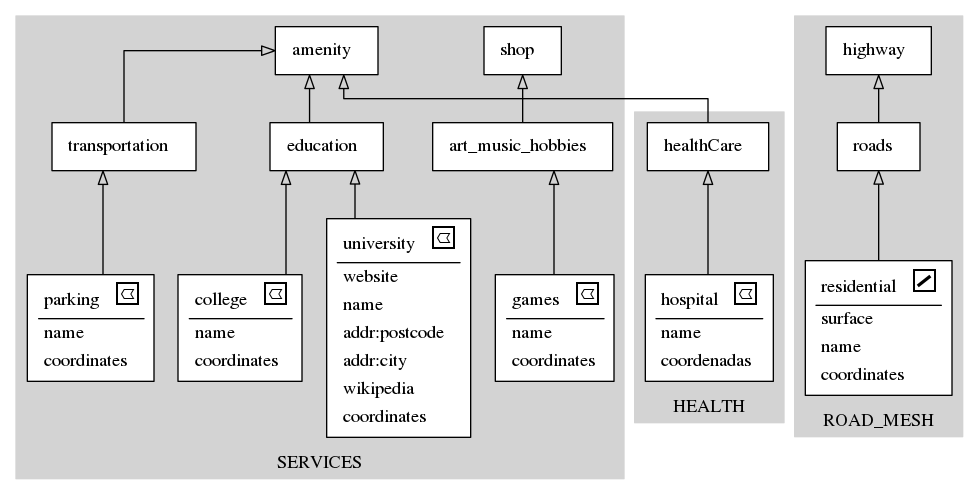
This is schema.gv.png from vinisperandio/OSM2Diagram_optmizated, a Graphviz export, as it was before one commit. Its source is kept beside it as schema.gv.
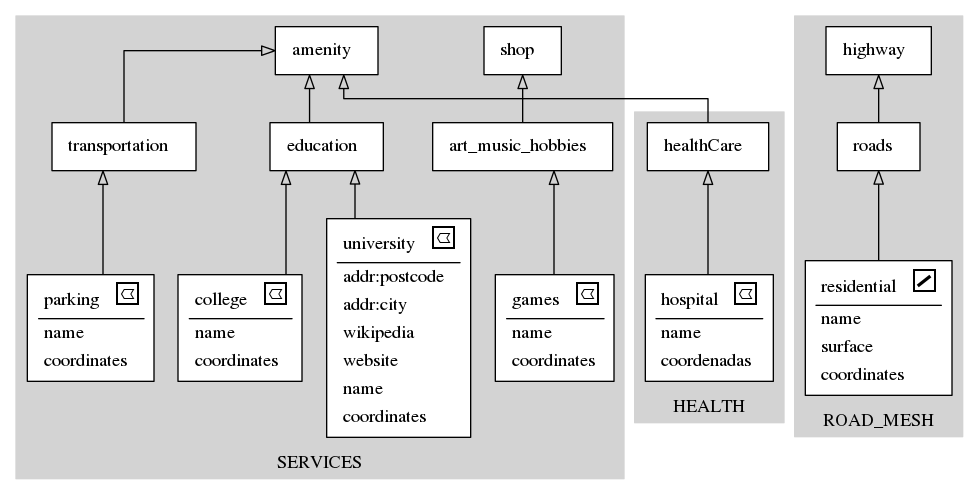
After the change.

What changed in the source:
```diff
@@ -32,12 +32,6 @@
 			</TR>
 			<hr/>
 			<TR>
-				<TD align="left">website</TD>
-			 </TR>
-			<TR>
-				<TD align="left">name</TD>
-			 </TR>
-			<TR>
 				<TD align="left">addr:postcode</TD>
 			 </TR>
 			<TR>
@@ -45,6 +39,12 @@
 			 </TR>
 			<TR>
 				<TD align="left">wikipedia</TD>
+			 </TR>
+			<TR>
+				<TD align="left">website</TD>
+			 </TR>
+			<TR>
+				<TD align="left">name</TD>
 			 </TR>
 			<TR>
 				<TD align="left">coordinates</TD>
@@ -140,10 +140,10 @@
 			</TR>
 			<hr/>
 			<TR>
-				<TD align="left">surface</TD>
+				<TD align="left">name</TD>
 			 </TR>
 			<TR>
-				<TD align="left">name</TD>
+				<TD align="left">surface</TD>
 			 </TR>
 			<TR>
 				<TD align="left">coordinates</TD>
@@ -162,17 +162,17 @@
 			</TR>
 			</TABLE>>]
 	}
+		11 -> 13[arrowhead=onormal]
 		8 -> 3[arrowhead=onormal]
+		2 -> 7[arrowhead=onormal]
+		5 -> 8[arrowhead=onormal]
+		0 -> 6[arrowhead=onormal]
+		6 -> 1[arrowhead=onormal]
+		7 -> 3[arrowhead=onormal]
+		4 -> 7[arrowhead=onormal]
+		13 -> 12[arrowhead=onormal]
 		10 -> 3[arrowhead=onormal]
-		5 -> 8[arrowhead=onormal]
-		7 -> 3[arrowhead=onormal]
-		0 -> 6[arrowhead=onormal]
-		4 -> 7[arrowhead=onormal]
-		11 -> 13[arrowhead=onormal]
-		13 -> 12[arrowhead=onormal]
-		2 -> 7[arrowhead=onormal]
 		9 -> 10[arrowhead=onormal]
-		6 -> 1[arrowhead=onormal]
 	rankdir=BT
 	splines=ortho
 }
```
